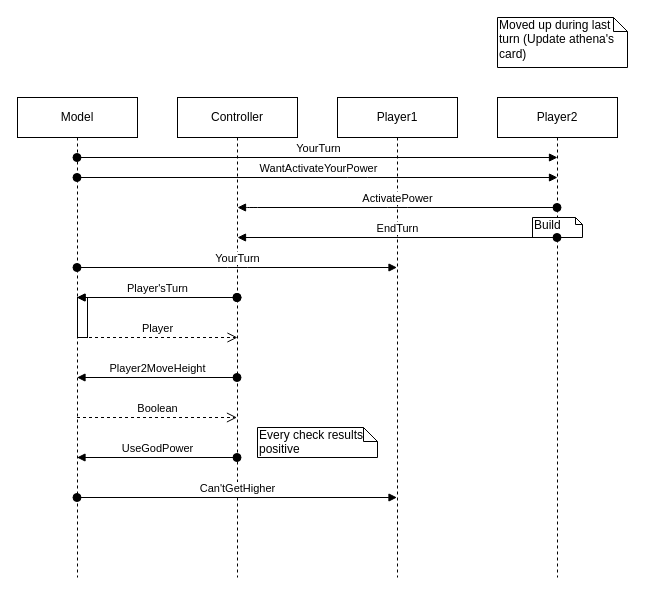
Earlier version of the draw.io diagram page "Case_Athena" (3 of 10) of UML/newUML.drawio (matteovisotto/ing-sw-2020-Siriani-Stucchi-Visotto). Source tidied: cells renumbered, new cells numbered last; positions are measured from the earlier drawing's top-left corner, leaving out a move shared by most shapes. Both pictures are drawn from the tidied source at 100%, with x=0, y=0 at pixel (17, 17).
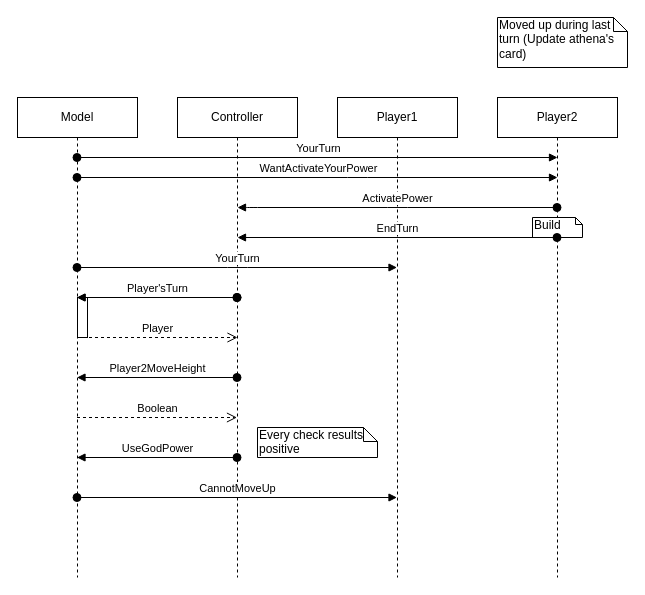
After the change.

The change refers to these unchanged cells:
```xml
<mxCell id="2" value="Model&lt;br&gt;" style="shape=umlLifeline;perimeter=lifelinePerimeter;whiteSpace=wrap;html=1;outlineConnect=0;" parent="1" vertex="1">
  <mxGeometry y="80" width="120" height="480" as="geometry" />
</mxCell>
<mxCell id="4" value="Player1" style="shape=umlLifeline;perimeter=lifelinePerimeter;whiteSpace=wrap;html=1;outlineConnect=0;" parent="1" vertex="1">
  <mxGeometry x="320" y="80" width="120" height="480" as="geometry" />
</mxCell>
```

Change to the diagram source:
```diff
@@
-    <mxCell id="19" value="Can'tGetHigher" style="html=1;verticalAlign=bottom;startArrow=oval;startFill=1;endArrow=block;startSize=8;" parent="1" edge="1" source="2" target="4">
+    <mxCell id="19" value="CannotMoveUp" style="html=1;verticalAlign=bottom;startArrow=oval;startFill=1;endArrow=block;startSize=8;" parent="1" edge="1" source="2" target="4">
       <mxGeometry relative="1" as="geometry">
         <Array as="points">
           <mxPoint x="60" y="480" />
         </Array>
       </mxGeometry>
     </mxCell>
```
